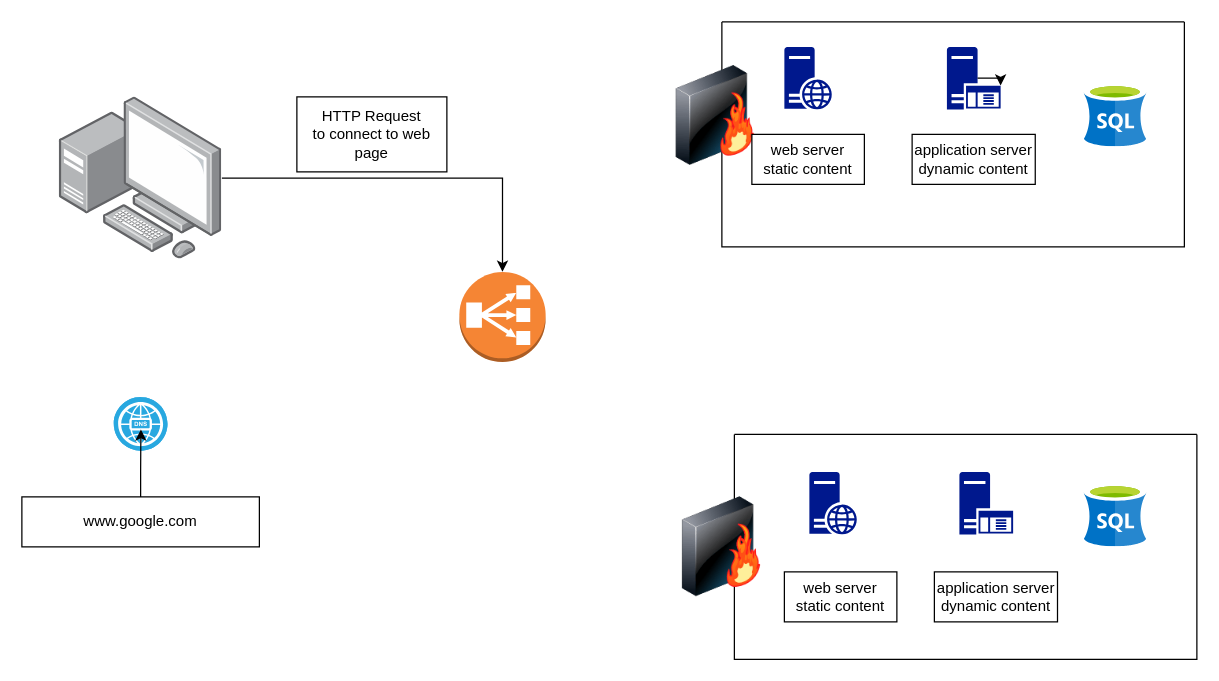
Earlier version of the draw.io diagram Untitled Diagram.drawio (Minatallasabri/AirBnB_clone_v2). Source tidied: cells renumbered, new cells numbered last; positions are measured from the earlier drawing's top-left corner, leaving out a move shared by most shapes. Both pictures are drawn from the tidied source at 125%, with x=0, y=0 at pixel (21, 21).
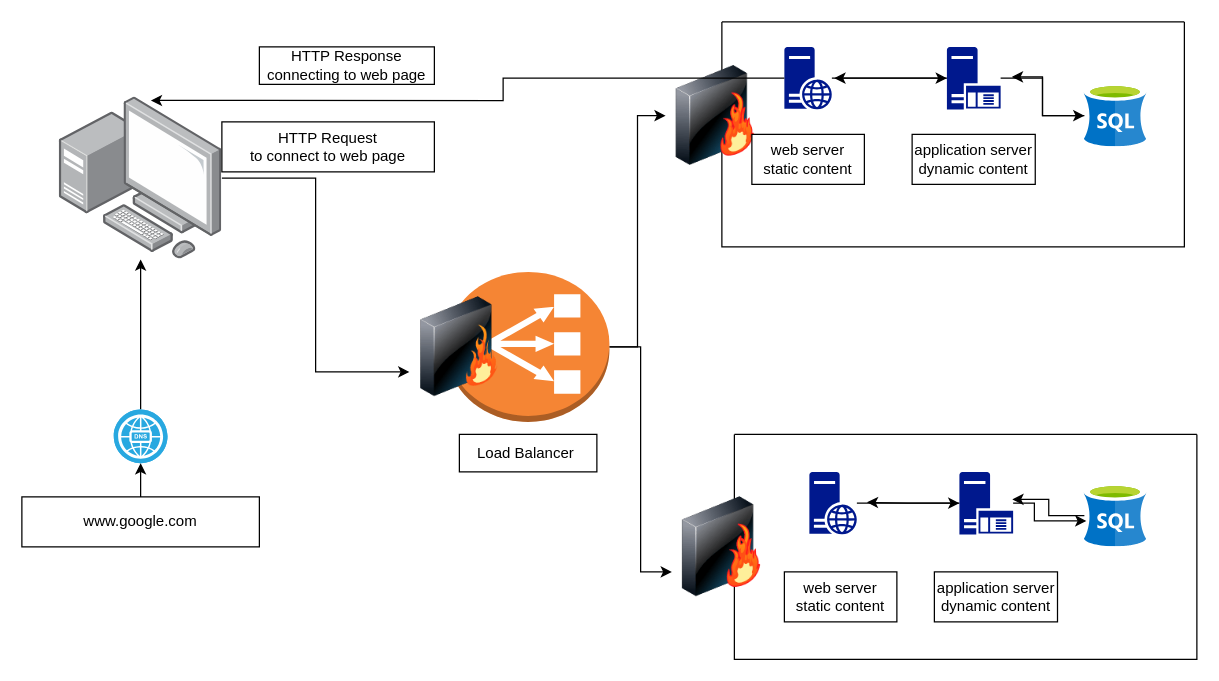
After the change.

Unchanged cells that the change refers to:
```xml
<mxCell id="2" style="swimlane;startSize=0;" parent="1" vertex="1">
  <mxGeometry x="570" y="330" width="370" height="180" as="geometry" />
</mxCell>
<mxCell id="3" style="sketch=0;shadow=0;dashed=0;html=1;strokeColor=none;labelPosition=center;verticalLabelPosition=bottom;verticalAlign=top;align=center;fillColor=#00188D;shape=mxgraph.mscae.enterprise.web_server;" parent="2" vertex="1">
  <mxGeometry x="60" y="30" width="38" height="50" as="geometry" />
</mxCell>
<mxCell id="4" style="sketch=0;shadow=0;dashed=0;html=1;strokeColor=none;labelPosition=center;verticalLabelPosition=bottom;verticalAlign=top;align=center;fillColor=#00188D;shape=mxgraph.mscae.enterprise.application_server;" parent="2" vertex="1">
  <mxGeometry x="180" y="30" width="43" height="50" as="geometry" />
</mxCell>
<mxCell id="5" style="image;sketch=0;html=1;points=[];align=center;fontSize=12;image=img/lib/mscae/dep/SQL_Server_Stretch_DB.svg;" parent="2" vertex="1">
  <mxGeometry x="280" y="40" width="50" height="50" as="geometry" />
</mxCell>
<mxCell id="8" style="swimlane;startSize=0;" parent="1" vertex="1">
  <mxGeometry x="560" width="370" height="180" as="geometry" />
</mxCell>
<mxCell id="9" style="sketch=0;shadow=0;dashed=0;html=1;strokeColor=none;labelPosition=center;verticalLabelPosition=bottom;verticalAlign=top;align=center;fillColor=#00188D;shape=mxgraph.mscae.enterprise.web_server;" parent="8" vertex="1">
  <mxGeometry x="50" y="20" width="38" height="50" as="geometry" />
</mxCell>
<mxCell id="10" style="sketch=0;shadow=0;dashed=0;html=1;strokeColor=none;labelPosition=center;verticalLabelPosition=bottom;verticalAlign=top;align=center;fillColor=#00188D;shape=mxgraph.mscae.enterprise.application_server;" parent="8" vertex="1">
  <mxGeometry x="180" y="20" width="43" height="50" as="geometry" />
</mxCell>
<mxCell id="11" style="image;sketch=0;html=1;points=[];align=center;fontSize=12;image=img/lib/mscae/dep/SQL_Server_Stretch_DB.svg;" parent="8" vertex="1">
  <mxGeometry x="290" y="50" width="50" height="50" as="geometry" />
</mxCell>
<mxCell id="12" style="image;html=1;image=img/lib/clip_art/networking/Firewall-page1_128x128.png;" parent="8" vertex="1">
  <mxGeometry x="-45" y="35" width="80" height="80" as="geometry" />
</mxCell>
<mxCell id="16" style="image;html=1;image=img/lib/clip_art/networking/Firewall-page1_128x128.png;" parent="1" vertex="1">
  <mxGeometry x="520" y="380" width="80" height="80" as="geometry" />
</mxCell>
<mxCell id="19" style="image;points=[];html=1;align=center;shadow=0;dashed=0;image=img/lib/allied_telesis/computer_and_terminals/Personal_Computer_with_Server.svg;" parent="1" vertex="1">
  <mxGeometry x="30" y="60" width="130" height="130" as="geometry" />
</mxCell>
<mxCell id="21" value="www.google.com" style="rounded=0;whiteSpace=wrap;html=1;" parent="1" vertex="1">
  <mxGeometry y="380" width="190" height="40" as="geometry" />
</mxCell>
```

Diff of the diagram source:
```diff
@@
+    <mxCell id="24" style="edgeStyle=orthogonalEdgeStyle;rounded=0;jettySize=auto;html=1;" parent="2" edge="1" source="3" target="4">
+      <mxGeometry relative="1" as="geometry" />
+    </mxCell>
@@
+    <mxCell id="25" style="edgeStyle=orthogonalEdgeStyle;rounded=0;jettySize=auto;html=1;entryX=1.211;entryY=0.488;entryDx=0;entryDy=0;entryPerimeter=0;" parent="2" edge="1" source="4" target="3">
+      <mxGeometry relative="1" as="geometry" />
+    </mxCell>
+    <mxCell id="26" style="edgeStyle=orthogonalEdgeStyle;rounded=0;jettySize=auto;html=1;entryX=0.032;entryY=0.584;entryDx=0;entryDy=0;entryPerimeter=0;" parent="2" edge="1" source="4" target="5">
+      <mxGeometry relative="1" as="geometry">
+        <Array as="points">
+          <mxPoint x="240" y="55" />
+          <mxPoint x="240" y="69" />
+        </Array>
+      </mxGeometry>
+    </mxCell>
+    <mxCell id="27" style="edgeStyle=orthogonalEdgeStyle;rounded=0;jettySize=auto;html=1;entryX=0.986;entryY=0.44;entryDx=0;entryDy=0;entryPerimeter=0;" parent="2" edge="1" source="5" target="4">
+      <mxGeometry relative="1" as="geometry" />
+    </mxCell>
@@
+    <mxCell id="28" style="edgeStyle=orthogonalEdgeStyle;rounded=0;jettySize=auto;html=1;" parent="8" edge="1" source="10">
+      <mxGeometry relative="1" as="geometry">
+        <mxPoint x="90" y="45" as="targetPoint" />
+      </mxGeometry>
+    </mxCell>
+    <mxCell id="29" style="edgeStyle=orthogonalEdgeStyle;rounded=0;jettySize=auto;html=1;" parent="8" edge="1" source="10" target="11">
+      <mxGeometry relative="1" as="geometry" />
+    </mxCell>
@@
-    <mxCell id="13" style="edgeStyle=orthogonalEdgeStyle;rounded=0;orthogonalLoop=1;jettySize=auto;html=1;exitX=0.57;exitY=0.5;exitDx=0;exitDy=0;exitPerimeter=0;entryX=1;entryY=0.62;entryDx=0;entryDy=0;entryPerimeter=0;" parent="8" edge="1" source="10" target="10">
-      <mxGeometry relative="1" as="geometry" />
-    </mxCell>
@@
+    <mxCell id="30" style="edgeStyle=orthogonalEdgeStyle;rounded=0;jettySize=auto;html=1;entryX=0;entryY=0.5;entryDx=0;entryDy=0;entryPerimeter=0;" parent="8" edge="1" source="9" target="10">
+      <mxGeometry relative="1" as="geometry" />
+    </mxCell>
+    <mxCell id="31" style="edgeStyle=orthogonalEdgeStyle;rounded=0;jettySize=auto;html=1;entryX=1.209;entryY=0.48;entryDx=0;entryDy=0;entryPerimeter=0;" parent="8" edge="1" source="11" target="10">
+      <mxGeometry relative="1" as="geometry" />
+    </mxCell>
@@
+    <mxCell id="32" style="edgeStyle=orthogonalEdgeStyle;rounded=0;jettySize=auto;html=1;entryX=0;entryY=0.5;entryDx=0;entryDy=0;" parent="1" edge="1" source="17" target="12">
+      <mxGeometry relative="1" as="geometry" />
+    </mxCell>
+    <mxCell id="33" style="edgeStyle=orthogonalEdgeStyle;rounded=0;jettySize=auto;html=1;entryX=0;entryY=0.75;entryDx=0;entryDy=0;" parent="1" edge="1" source="17" target="16">
+      <mxGeometry relative="1" as="geometry" />
+    </mxCell>
     <mxCell id="17" style="outlineConnect=0;dashed=0;verticalLabelPosition=bottom;verticalAlign=top;align=center;html=1;shape=mxgraph.aws3.classic_load_balancer;fillColor=#F58534;gradientColor=none;" parent="1" vertex="1">
-      <mxGeometry x="350" y="200" width="69" height="72" as="geometry" />
+      <mxGeometry x="340" y="200" width="130" height="120" as="geometry" />
     </mxCell>
-    <mxCell id="18" style="edgeStyle=orthogonalEdgeStyle;rounded=0;jettySize=auto;html=1;" parent="1" edge="1" source="19" target="17">
-      <mxGeometry relative="1" as="geometry" />
-    </mxCell>
+    <mxCell id="34" style="edgeStyle=orthogonalEdgeStyle;rounded=0;jettySize=auto;html=1;entryX=0;entryY=0.75;entryDx=0;entryDy=0;" parent="1" edge="1" source="19" target="37">
+      <mxGeometry relative="1" as="geometry" />
+    </mxCell>
@@
+    <mxCell id="35" style="edgeStyle=orthogonalEdgeStyle;rounded=0;jettySize=auto;html=1;" parent="1" edge="1" source="20" target="19">
+      <mxGeometry relative="1" as="geometry" />
+    </mxCell>
     <mxCell id="20" style="fillColor=#28A8E0;verticalLabelPosition=bottom;sketch=0;html=1;strokeColor=#ffffff;verticalAlign=top;align=center;points=[[0.145,0.145,0],[0.5,0,0],[0.855,0.145,0],[1,0.5,0],[0.855,0.855,0],[0.5,1,0],[0.145,0.855,0],[0,0.5,0]];shape=mxgraph.cisco_safe.compositeIcon;bgIcon=ellipse;resIcon=mxgraph.cisco_safe.capability.dns;" parent="1" vertex="1">
-      <mxGeometry x="73.5" y="300" width="43" height="43" as="geometry" />
+      <mxGeometry x="73.5" y="310" width="43" height="43" as="geometry" />
     </mxCell>
@@
     <mxCell id="22" value="HTTP Request&lt;br&gt;to connect to web page" style="rounded=0;whiteSpace=wrap;html=1;" parent="1" vertex="1">
-      <mxGeometry x="220" y="60" width="120" height="60" as="geometry" />
+      <mxGeometry x="160" y="80" width="170" height="40" as="geometry" />
     </mxCell>
-    <mxCell id="23" style="edgeStyle=orthogonalEdgeStyle;rounded=0;jettySize=auto;html=1;entryX=0.505;entryY=0.605;entryDx=0;entryDy=0;entryPerimeter=0;" parent="1" edge="1" source="21" target="20">
-      <mxGeometry relative="1" as="geometry" />
+    <mxCell id="23" style="edgeStyle=orthogonalEdgeStyle;rounded=0;jettySize=auto;html=1;" parent="1" edge="1" source="21">
+      <mxGeometry relative="1" as="geometry">
+        <mxPoint x="95" y="353" as="targetPoint" />
+      </mxGeometry>
     </mxCell>
+    <mxCell id="36" value="Load Balancer&amp;nbsp;" style="rounded=0;whiteSpace=wrap;html=1;" parent="1" vertex="1">
+      <mxGeometry x="350" y="330" width="110" height="30" as="geometry" />
+    </mxCell>
+    <mxCell id="37" style="image;html=1;image=img/lib/clip_art/networking/Firewall_128x128.png;" parent="1" vertex="1">
+      <mxGeometry x="310" y="220" width="80" height="80" as="geometry" />
+    </mxCell>
+    <mxCell id="38" style="edgeStyle=orthogonalEdgeStyle;rounded=0;jettySize=auto;html=1;entryX=0.563;entryY=0.022;entryDx=0;entryDy=0;entryPerimeter=0;" parent="1" edge="1" source="9" target="19">
+      <mxGeometry relative="1" as="geometry" />
+    </mxCell>
+    <mxCell id="39" value="HTTP Response&lt;br&gt;connecting to web page" style="rounded=0;whiteSpace=wrap;html=1;" parent="1" vertex="1">
+      <mxGeometry x="190" y="20" width="140" height="30" as="geometry" />
+    </mxCell>
```
